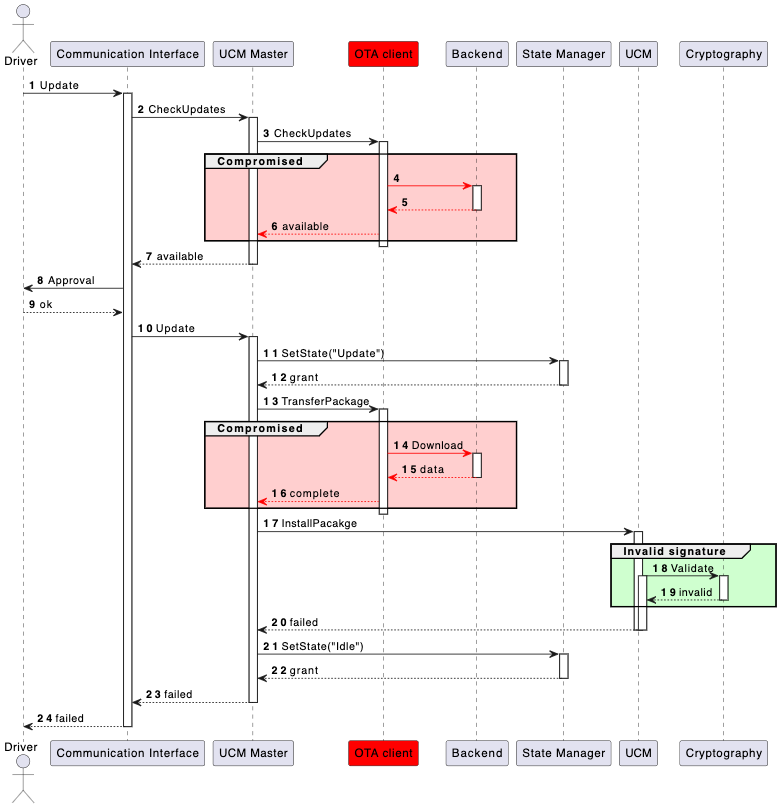
Earlier version of the PlantUML export doc/negative-scenarios/NS-3-ota-compromised.png (russkin/kos-autosar-ucm). Its source is kept beside it as doc/negative-scenarios/NS-3-ota-compromised.wsd. Source of this version:
```plantuml
@startuml OTA Client compormised

autonumber
actor Driver as driver
participant "Communication Interface" as interface
participant "UCM Master" as master
participant "OTA client" as ota #red
participant "Backend" as backend
participant "State Manager" as state
participant "UCM" as ucm
participant "Cryptography" as crypto

driver -> interface: Update
activate interface
interface -> master: CheckUpdates
activate master

master -> ota: CheckUpdates
activate ota
group #FF000030 Compromised
ota [#red]-> backend
activate backend
backend -[#red]-> ota
deactivate backend
ota -[#red]-> master: available
end
deactivate ota

master --> interface: available
deactivate master

interface -> driver: Approval
driver --> interface: ok
interface -> master: Update
activate master
master -> state: SetState("Update")

activate state
state --> master: grant
deactivate state

master -> ota: TransferPackage
activate ota
group #FF000030 Compromised
ota [#red]-> backend: Download
activate backend
backend -[#red]-> ota: data
deactivate backend
ota -[#red]-> master: complete
end
deactivate ota


master -> ucm: InstallPacakge
activate ucm
group #00FF0030 Invalid signature
ucm -> crypto: Validate
activate ucm
activate crypto
crypto --> ucm: invalid
deactivate crypto
end
ucm --> master: failed
deactivate ucm
deactivate ucm


master -> state: SetState("Idle")
activate state
state --> master: grant
deactivate state

master --> interface: failed
deactivate master

interface --> driver: failed

deactivate interface

@enduml
```
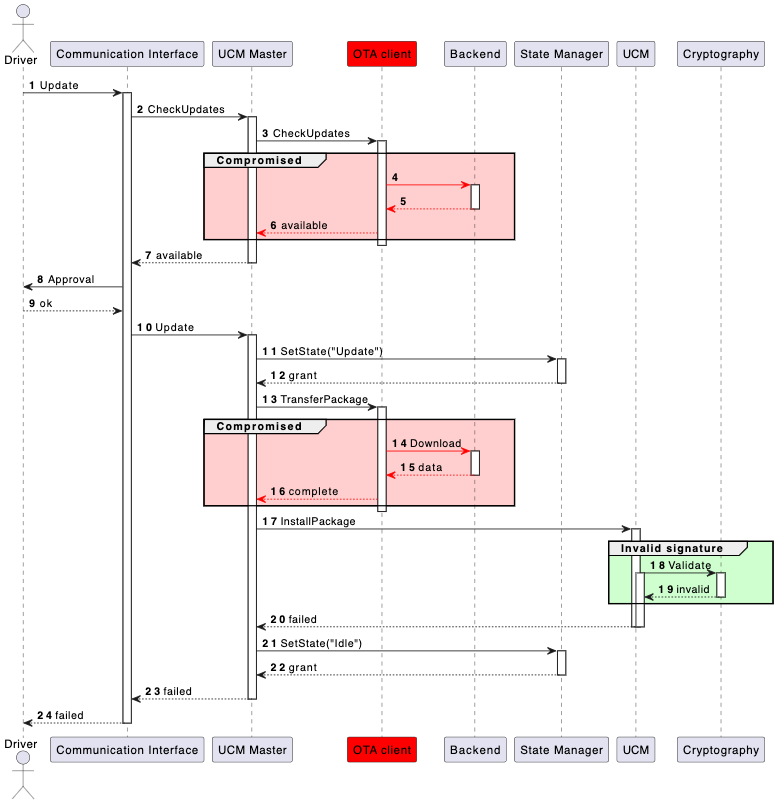
After the commit.

Diff of the diagram source:
```diff
@@ -51,7 +51,7 @@
 deactivate ota
 
 
-master -> ucm: InstallPacakge
+master -> ucm: InstallPackage
 activate ucm
 group #00FF0030 Invalid signature
 ucm -> crypto: Validate
```
